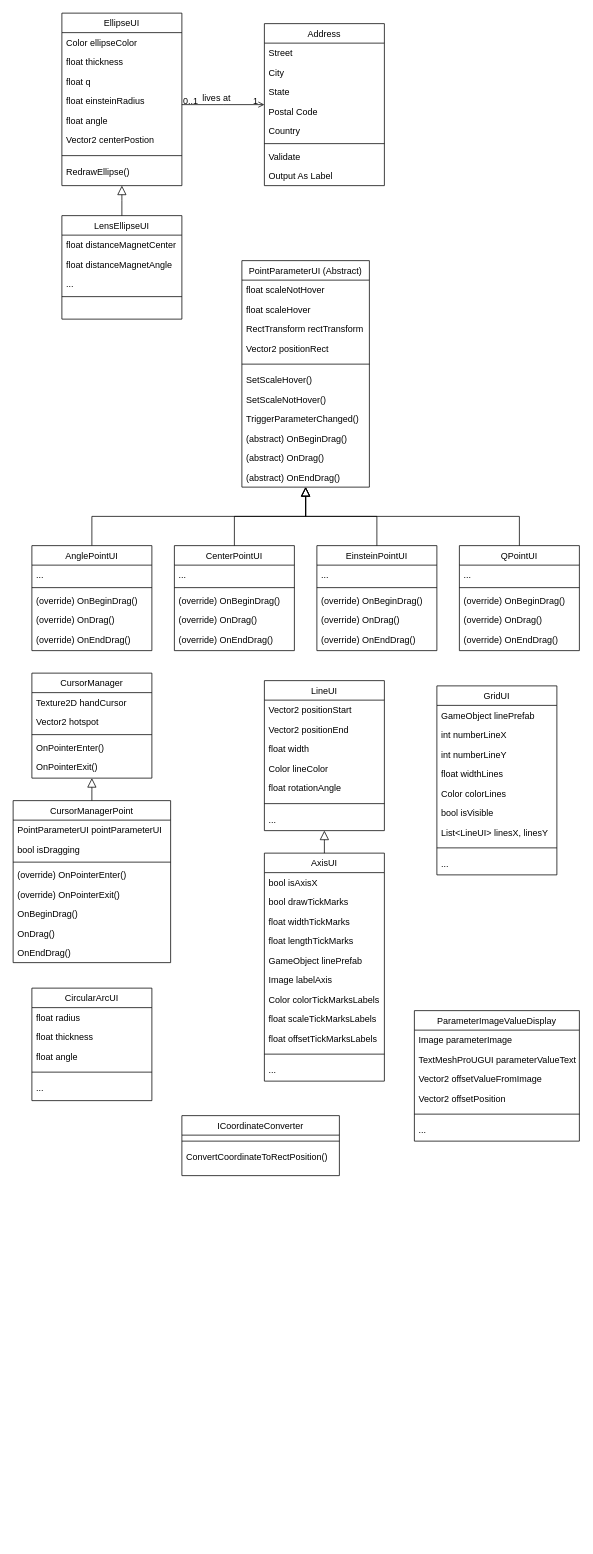
Earlier version of the draw.io diagram IGLOO_Diagram.drawio (shoutizix/DiagramIGLOO). Source tidied: cells renumbered, new cells numbered last; positions are measured from the earlier drawing's top-left corner, leaving out a move shared by most shapes. Both pictures are drawn from the tidied source at 75%, with x=0, y=0 at pixel (13, 13).
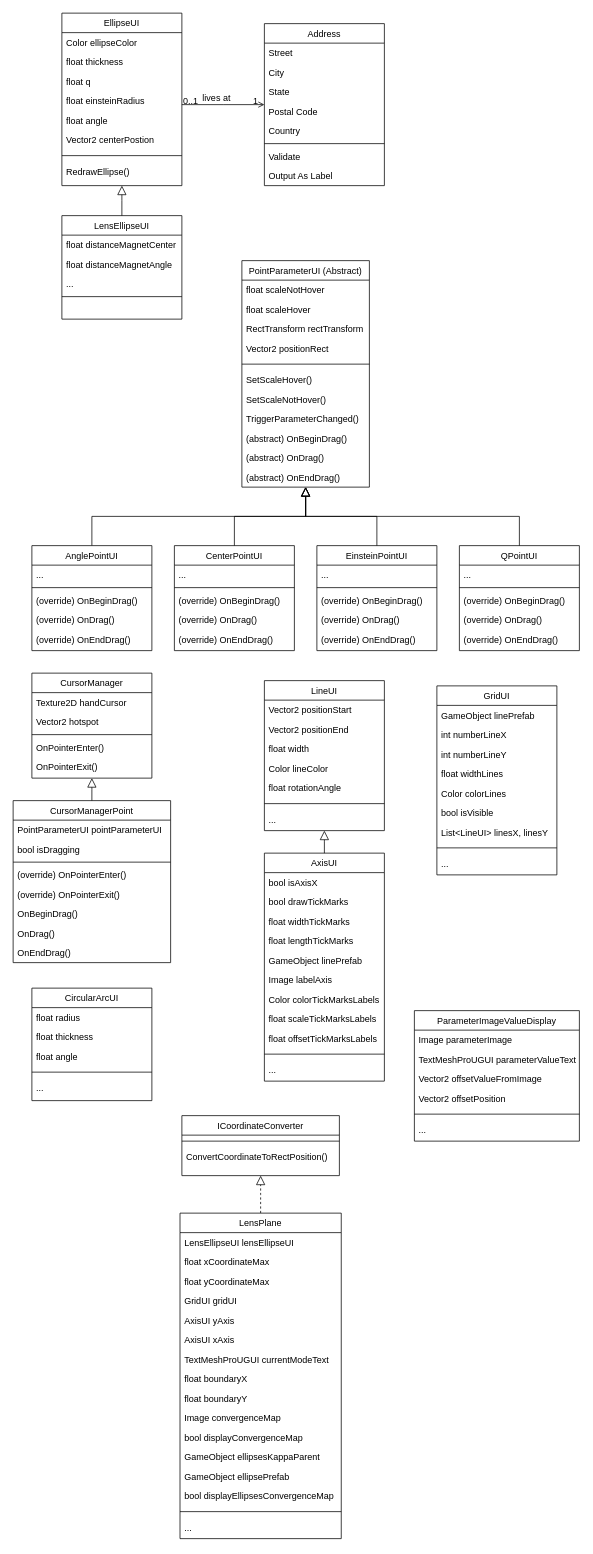
The same page after the edit.

Unchanged cells that the change refers to:
```xml
<mxCell id="123" value="ICoordinateConverter" style="swimlane;fontStyle=0;align=center;verticalAlign=top;horizontal=1;startSize=26;rounded=0;shadow=0;strokeWidth=1;" parent="1" vertex="1">
  <mxGeometry x="225" y="1470" width="210" height="80" as="geometry" />
</mxCell>
```

Change to the diagram source:
```diff
@@
+    <mxCell id="133" style="edgeStyle=elbowEdgeStyle;rounded=0;jettySize=auto;html=1;entryX=0.5;entryY=1;entryDx=0;entryDy=0;elbow=vertical;dashed=1;endSize=10;endArrow=block;endFill=0;" parent="1" edge="1" source="134" target="123">
+      <mxGeometry relative="1" as="geometry" />
+    </mxCell>
+    <mxCell id="134" value="LensPlane" style="swimlane;fontStyle=0;align=center;verticalAlign=top;horizontal=1;startSize=26;rounded=0;shadow=0;strokeWidth=1;" parent="1" vertex="1">
+      <mxGeometry x="222.5" y="1600" width="215" height="434" as="geometry" />
+    </mxCell>
+    <mxCell id="135" value="LensEllipseUI lensEllipseUI" style="text;align=left;verticalAlign=top;spacingLeft=4;spacingRight=4;overflow=hidden;rounded=0;shadow=0;html=0;" parent="134" vertex="1">
+      <mxGeometry y="26" width="215" height="26" as="geometry" />
+    </mxCell>
+    <mxCell id="136" value="float xCoordinateMax" style="text;align=left;verticalAlign=top;spacingLeft=4;spacingRight=4;overflow=hidden;rounded=0;shadow=0;html=0;" parent="134" vertex="1">
+      <mxGeometry y="52" width="215" height="26" as="geometry" />
+    </mxCell>
+    <mxCell id="137" value="float yCoordinateMax" style="text;align=left;verticalAlign=top;spacingLeft=4;spacingRight=4;overflow=hidden;rounded=0;shadow=0;html=0;" parent="134" vertex="1">
+      <mxGeometry y="78" width="215" height="26" as="geometry" />
+    </mxCell>
+    <mxCell id="138" value="GridUI gridUI" style="text;align=left;verticalAlign=top;spacingLeft=4;spacingRight=4;overflow=hidden;rounded=0;shadow=0;html=0;" parent="134" vertex="1">
+      <mxGeometry y="104" width="215" height="26" as="geometry" />
+    </mxCell>
+    <mxCell id="139" value="AxisUI yAxis" style="text;align=left;verticalAlign=top;spacingLeft=4;spacingRight=4;overflow=hidden;" parent="134" vertex="1">
+      <mxGeometry y="130" width="215" height="26" as="geometry" />
+    </mxCell>
+    <mxCell id="140" value="AxisUI xAxis" style="text;align=left;verticalAlign=top;spacingLeft=4;spacingRight=4;overflow=hidden;" parent="134" vertex="1">
+      <mxGeometry y="156" width="215" height="26" as="geometry" />
+    </mxCell>
+    <mxCell id="141" value="TextMeshProUGUI currentModeText" style="text;align=left;verticalAlign=top;spacingLeft=4;spacingRight=4;overflow=hidden;" parent="134" vertex="1">
+      <mxGeometry y="182" width="215" height="26" as="geometry" />
+    </mxCell>
+    <mxCell id="142" value="float boundaryX" style="text;align=left;verticalAlign=top;spacingLeft=4;spacingRight=4;overflow=hidden;rounded=0;shadow=0;html=0;" parent="134" vertex="1">
+      <mxGeometry y="208" width="215" height="26" as="geometry" />
+    </mxCell>
+    <mxCell id="143" value="float boundaryY" style="text;align=left;verticalAlign=top;spacingLeft=4;spacingRight=4;overflow=hidden;rounded=0;shadow=0;html=0;" parent="134" vertex="1">
+      <mxGeometry y="234" width="215" height="26" as="geometry" />
+    </mxCell>
+    <mxCell id="144" value="Image convergenceMap" style="text;align=left;verticalAlign=top;spacingLeft=4;spacingRight=4;overflow=hidden;rounded=0;shadow=0;html=0;" parent="134" vertex="1">
+      <mxGeometry y="260" width="215" height="26" as="geometry" />
+    </mxCell>
+    <mxCell id="145" value="bool displayConvergenceMap" style="text;align=left;verticalAlign=top;spacingLeft=4;spacingRight=4;overflow=hidden;rounded=0;shadow=0;html=0;" parent="134" vertex="1">
+      <mxGeometry y="286" width="215" height="26" as="geometry" />
+    </mxCell>
+    <mxCell id="146" value="GameObject ellipsesKappaParent" style="text;align=left;verticalAlign=top;spacingLeft=4;spacingRight=4;overflow=hidden;rounded=0;shadow=0;html=0;" parent="134" vertex="1">
+      <mxGeometry y="312" width="215" height="26" as="geometry" />
+    </mxCell>
+    <mxCell id="147" value="GameObject ellipsePrefab" style="text;align=left;verticalAlign=top;spacingLeft=4;spacingRight=4;overflow=hidden;rounded=0;shadow=0;html=0;" parent="134" vertex="1">
+      <mxGeometry y="338" width="215" height="26" as="geometry" />
+    </mxCell>
+    <mxCell id="148" value="bool displayEllipsesConvergenceMap" style="text;align=left;verticalAlign=top;spacingLeft=4;spacingRight=4;overflow=hidden;rounded=0;shadow=0;html=0;" parent="134" vertex="1">
+      <mxGeometry y="364" width="215" height="26" as="geometry" />
+    </mxCell>
+    <mxCell id="149" style="line;html=1;strokeWidth=1;align=left;verticalAlign=middle;spacingTop=-1;spacingLeft=3;spacingRight=3;labelPosition=right;" parent="134" vertex="1">
+      <mxGeometry y="390" width="215" height="16" as="geometry" />
+    </mxCell>
+    <mxCell id="150" value="..." style="text;align=left;verticalAlign=top;spacingLeft=4;spacingRight=4;overflow=hidden;" parent="134" vertex="1">
+      <mxGeometry y="406" width="215" height="28" as="geometry" />
+    </mxCell>
```
